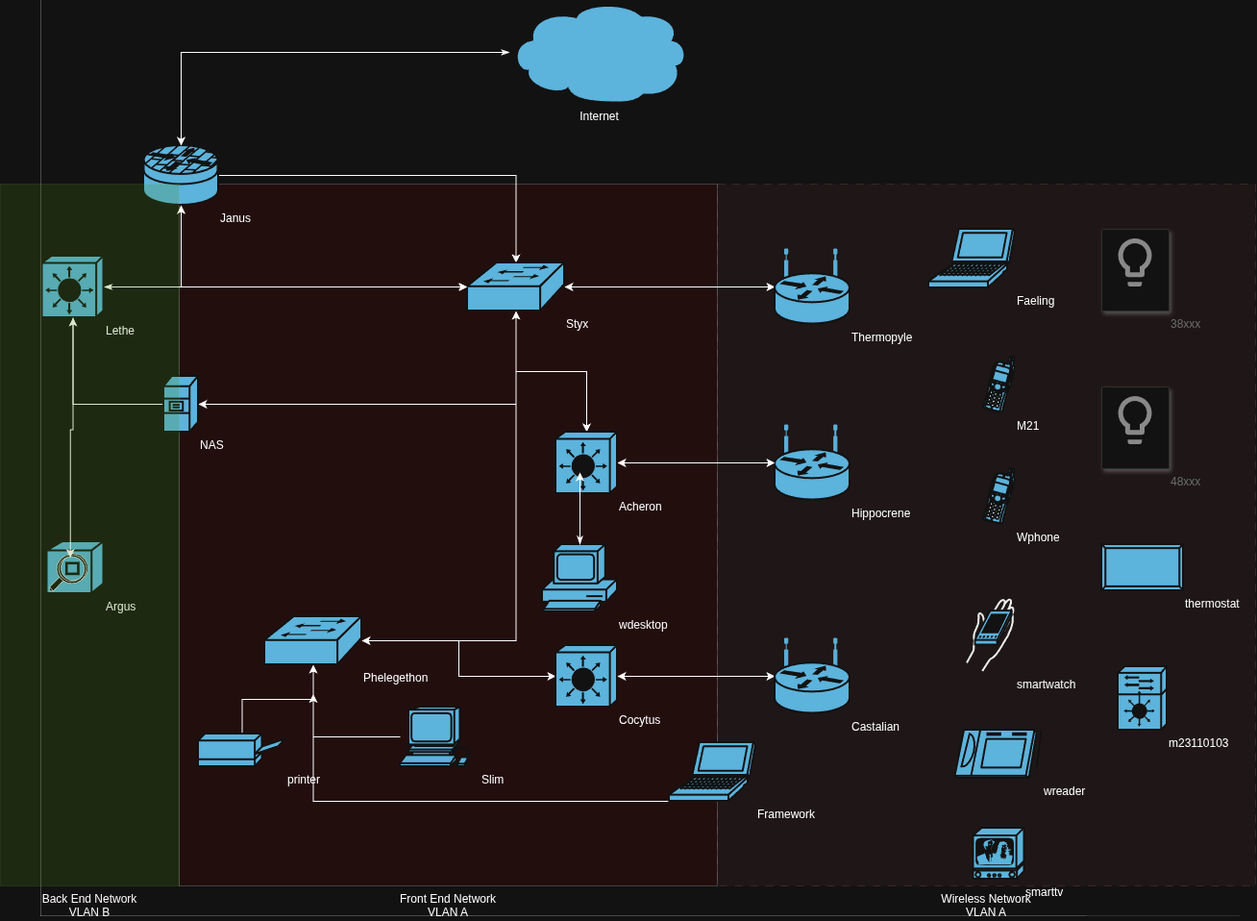
MariusMRex/home_network_assessement keeps this draw.io diagram as diagrams/initial-network-overview.png. Above is the earlier version. Source tidied: cells renumbered, new cells last; positions are measured from the earlier drawing's top-left corner, leaving out a move shared by most shapes.
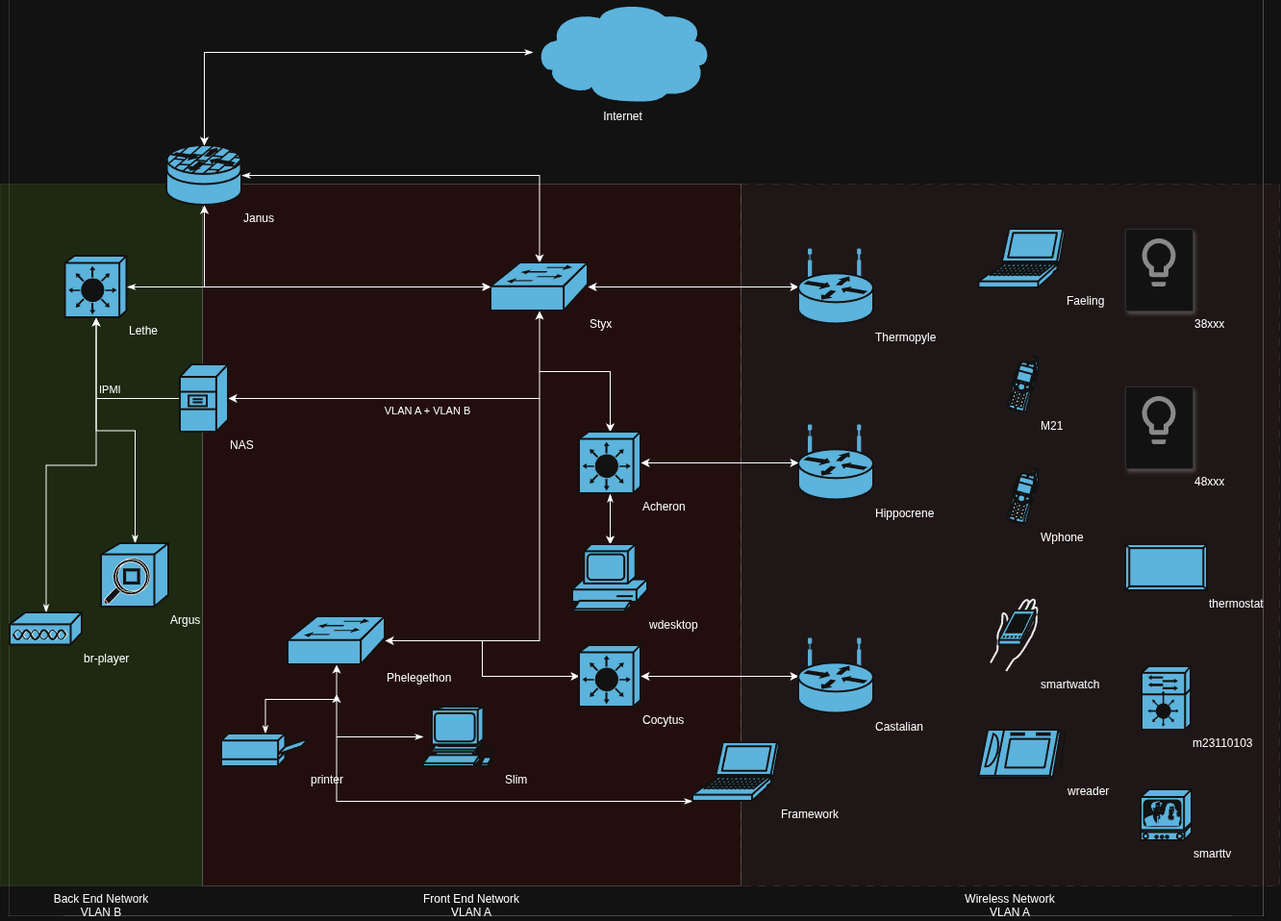
After the change.

Diff of the diagram source:
```diff
@@ -2,13 +2,16 @@
   <root>
     <mxCell id="0" />
     <mxCell id="1" parent="0" />
+    <mxCell id="50" value="Back End Network&lt;div&gt;VLAN B&lt;/div&gt;" style="whiteSpace=wrap;html=1;opacity=20;opacityGroup=1;fillColor=#60a917;strokeColor=#2D7600;fontColor=light-dark(#ffffff, #fcf8f8);labelPosition=center;verticalLabelPosition=bottom;align=center;verticalAlign=top;labelPerimeter=1;" parent="1" vertex="1">
+      <mxGeometry x="-24" y="190" width="210" height="730" as="geometry" />
+    </mxCell>
     <mxCell id="2" value="Wireless Network&lt;div&gt;VLAN A&lt;/div&gt;" style="whiteSpace=wrap;html=1;fillStyle=auto;opacity=20;opacityGroup=1;dashed=1;dashPattern=8 8;labelPosition=center;verticalLabelPosition=bottom;align=center;verticalAlign=top;labelPerimeter=1;fillColor=#f8cecc;strokeColor=#b85450;" parent="1" vertex="1">
       <mxGeometry x="746" y="190" width="560" height="730" as="geometry" />
     </mxCell>
     <mxCell id="3" value="Front End Network&lt;div&gt;VLAN A&lt;/div&gt;" style="whiteSpace=wrap;html=1;opacity=20;opacityGroup=1;fillColor=light-dark(#FFFFFF,#660000);labelPosition=center;verticalLabelPosition=bottom;align=center;verticalAlign=top;labelPerimeter=1;" parent="1" vertex="1">
       <mxGeometry x="186" y="190" width="560" height="730" as="geometry" />
     </mxCell>
-    <mxCell id="4" style="edgeStyle=orthogonalEdgeStyle;rounded=0;jettySize=auto;html=1;defaultLabelBackgroundColor=page;" parent="1" edge="1" source="5" target="12">
+    <mxCell id="4" style="edgeStyle=orthogonalEdgeStyle;rounded=0;jettySize=auto;html=1;defaultLabelBackgroundColor=page;startArrow=classicThin;startFill=1;" parent="1" edge="1" source="5" target="12">
       <mxGeometry relative="1" as="geometry" />
     </mxCell>
     <mxCell id="5" value="Janus&lt;div&gt;&lt;br&gt;&lt;/div&gt;" style="strokeColor=#ffffff;sketch=0;html=1;dashed=0;fillColor=#036897;strokeWidth=2;verticalLabelPosition=bottom;verticalAlign=top;align=left;outlineConnect=0;shape=mxgraph.cisco.security.router_firewall;labelPosition=right;" parent="1" vertex="1">
@@ -68,40 +71,49 @@
     <mxCell id="23" style="edgeStyle=orthogonalEdgeStyle;rounded=0;jettySize=auto;html=1;defaultLabelBackgroundColor=page;" parent="1" edge="1" source="24" target="12">
       <mxGeometry relative="1" as="geometry" />
     </mxCell>
+    <mxCell id="51" style="edgeStyle=orthogonalEdgeStyle;rounded=0;jettySize=auto;html=1;defaultLabelBackgroundColor=page;startArrow=classicThin;startFill=1;" parent="1" edge="1" source="24" target="33">
+      <mxGeometry relative="1" as="geometry" />
+    </mxCell>
     <mxCell id="24" value="Acheron" style="strokeColor=#ffffff;sketch=0;html=1;dashed=0;fillColor=#036897;strokeWidth=2;verticalLabelPosition=bottom;verticalAlign=top;align=left;outlineConnect=0;shape=mxgraph.cisco.switches.layer_3_switch;labelPosition=right;" parent="1" vertex="1">
       <mxGeometry x="578" y="448" width="64" height="64" as="geometry" />
     </mxCell>
-    <mxCell id="25" style="edgeStyle=orthogonalEdgeStyle;rounded=0;jettySize=auto;html=1;defaultLabelBackgroundColor=page;" parent="1" edge="1" source="27" target="9">
+    <mxCell id="25" value="IPMI" style="edgeStyle=orthogonalEdgeStyle;rounded=0;jettySize=auto;html=1;defaultLabelBackgroundColor=page;labelPosition=right;verticalLabelPosition=top;align=left;verticalAlign=bottom;" parent="1" edge="1" source="27" target="9">
       <mxGeometry relative="1" as="geometry" />
     </mxCell>
     <mxCell id="26" style="edgeStyle=orthogonalEdgeStyle;rounded=0;jettySize=auto;html=1;defaultLabelBackgroundColor=page;startArrow=classic;startFill=1;" parent="1" edge="1" source="27" target="12">
       <mxGeometry relative="1" as="geometry" />
     </mxCell>
+    <mxCell id="52" value="VLAN A + VLAN B" style="edgeStyle=orthogonalEdgeStyle;rounded=0;jettySize=auto;html=1;defaultLabelBackgroundColor=page;labelPosition=center;verticalLabelPosition=bottom;align=center;verticalAlign=top;" parent="1" edge="1" source="27" target="12">
+      <mxGeometry relative="1" as="geometry" />
+    </mxCell>
     <mxCell id="27" value="NAS" style="strokeColor=#ffffff;sketch=0;html=1;dashed=0;fillColor=#036897;strokeWidth=2;verticalLabelPosition=bottom;verticalAlign=top;align=left;outlineConnect=0;shape=mxgraph.cisco.servers.file_server;labelPosition=right;" parent="1" vertex="1">
-      <mxGeometry x="170" y="390" width="36" height="58" as="geometry" />
+      <mxGeometry x="163" y="378" width="50" height="70" as="geometry" />
     </mxCell>
+    <mxCell id="53" style="edgeStyle=orthogonalEdgeStyle;rounded=0;jettySize=auto;html=1;defaultLabelBackgroundColor=page;startArrow=classicThin;startFill=1;" parent="1" edge="1" source="28" target="9">
+      <mxGeometry relative="1" as="geometry" />
+    </mxCell>
     <mxCell id="28" value="Argus" style="sketch=0;html=1;dashed=0;fillColor=#036897;strokeColor=#ffffff;strokeWidth=2;verticalLabelPosition=bottom;verticalAlign=top;align=left;outlineConnect=0;shape=mxgraph.cisco.misc.network_management;labelPosition=right;" parent="1" vertex="1">
-      <mxGeometry x="48.5" y="562" width="59" height="54" as="geometry" />
+      <mxGeometry x="81" y="564" width="70" height="66" as="geometry" />
     </mxCell>
-    <mxCell id="29" style="edgeStyle=orthogonalEdgeStyle;rounded=0;jettySize=auto;html=1;defaultLabelBackgroundColor=page;" parent="1" edge="1" source="30" target="11">
+    <mxCell id="29" style="edgeStyle=orthogonalEdgeStyle;rounded=0;jettySize=auto;html=1;defaultLabelBackgroundColor=page;startArrow=classicThin;startFill=1;" parent="1" edge="1" source="30" target="11">
       <mxGeometry relative="1" as="geometry" />
     </mxCell>
     <mxCell id="30" value="Slim" style="sketch=0;html=1;dashed=0;fillColor=#036897;strokeColor=#ffffff;strokeWidth=2;verticalLabelPosition=bottom;verticalAlign=top;align=left;outlineConnect=0;shape=mxgraph.cisco.computers_and_peripherals.workstation;labelPosition=right;" parent="1" vertex="1">
       <mxGeometry x="416" y="734" width="83" height="62" as="geometry" />
     </mxCell>
     <mxCell id="31" value="Faeling" style="sketch=0;html=1;dashed=0;fillColor=#036897;strokeColor=#ffffff;strokeWidth=2;verticalLabelPosition=bottom;verticalAlign=top;align=left;shape=mxgraph.cisco.computers_and_peripherals.laptop;labelPosition=right;" parent="1" vertex="1">
-      <mxGeometry x="966" y="237" width="90" height="61" as="geometry" />
+      <mxGeometry x="993.5" y="237" width="90" height="61" as="geometry" />
     </mxCell>
     <mxCell id="32" value="M21" style="sketch=0;html=1;dashed=0;fillColor=#036897;strokeColor=#ffffff;strokeWidth=2;verticalLabelPosition=bottom;verticalAlign=top;align=left;shape=mxgraph.cisco.modems_and_phones.cell_phone;labelPosition=right;" parent="1" vertex="1">
       <mxGeometry x="1022" y="370" width="34" height="58" as="geometry" />
     </mxCell>
     <mxCell id="33" value="wdesktop" style="sketch=0;html=1;dashed=0;fillColor=#036897;strokeColor=#ffffff;strokeWidth=2;verticalLabelPosition=bottom;verticalAlign=top;align=left;outlineConnect=0;shape=mxgraph.cisco.computers_and_peripherals.pc;labelPosition=right;" parent="1" vertex="1">
-      <mxGeometry x="564" y="565" width="78" height="70" as="geometry" />
+      <mxGeometry x="571" y="565" width="78" height="70" as="geometry" />
     </mxCell>
     <mxCell id="34" value="Wphone" style="sketch=0;html=1;dashed=0;fillColor=#036897;strokeColor=#ffffff;strokeWidth=2;verticalLabelPosition=bottom;verticalAlign=top;align=left;shape=mxgraph.cisco.modems_and_phones.cell_phone;labelPosition=right;" parent="1" vertex="1">
       <mxGeometry x="1022" y="486" width="34" height="58" as="geometry" />
     </mxCell>
-    <mxCell id="35" style="edgeStyle=orthogonalEdgeStyle;rounded=0;orthogonalLoop=1;jettySize=auto;html=1;defaultLabelBackgroundColor=page;" parent="1" edge="1">
+    <mxCell id="35" style="edgeStyle=orthogonalEdgeStyle;rounded=0;orthogonalLoop=1;jettySize=auto;html=1;defaultLabelBackgroundColor=page;startArrow=classicThin;startFill=1;" parent="1" edge="1">
       <mxGeometry relative="1" as="geometry">
         <mxPoint x="696" y="832" as="sourcePoint" />
         <mxPoint x="325.5" y="720.5" as="targetPoint" />
@@ -117,15 +129,15 @@
       <mxGeometry x="993.5" y="758" width="91" height="50" as="geometry" />
     </mxCell>
     <mxCell id="39" value="smarttv" style="sketch=0;html=1;dashed=0;fillColor=#036897;strokeColor=#ffffff;strokeWidth=2;verticalLabelPosition=bottom;verticalAlign=top;align=left;shape=mxgraph.cisco.misc.tv;labelPosition=right;" parent="1" vertex="1">
-      <mxGeometry x="1012.5" y="860" width="53" height="53" as="geometry" />
+      <mxGeometry x="1162" y="820" width="53" height="53" as="geometry" />
     </mxCell>
-    <mxCell id="40" style="edgeStyle=orthogonalEdgeStyle;rounded=0;jettySize=auto;html=1;defaultLabelBackgroundColor=page;" parent="1" edge="1" source="41" target="11">
+    <mxCell id="40" style="edgeStyle=orthogonalEdgeStyle;rounded=0;jettySize=auto;html=1;defaultLabelBackgroundColor=page;startArrow=classicThin;startFill=1;" parent="1" edge="1" source="41" target="11">
       <mxGeometry relative="1" as="geometry" />
     </mxCell>
     <mxCell id="41" value="printer" style="sketch=0;html=1;dashed=0;fillColor=#036897;strokeColor=#ffffff;strokeWidth=2;verticalLabelPosition=bottom;verticalAlign=top;align=left;outlineConnect=0;shape=mxgraph.cisco.computers_and_peripherals.printer;labelPosition=right;" parent="1" vertex="1">
       <mxGeometry x="206" y="762" width="91" height="34" as="geometry" />
     </mxCell>
-    <mxCell id="42" value="38xxx" style="fillColor=#ffffff;strokeColor=#dddddd;shadow=1;strokeWidth=1;rounded=1;absoluteArcSize=1;arcSize=2;labelPosition=right;verticalLabelPosition=bottom;align=left;verticalAlign=top;spacingLeft=0;fontColor=#999999;fontSize=12;whiteSpace=wrap;spacingBottom=2;html=1;" parent="1" vertex="1">
+    <mxCell id="42" value="38xxx" style="fillColor=#ffffff;strokeColor=#dddddd;shadow=1;strokeWidth=1;rounded=1;absoluteArcSize=1;arcSize=2;labelPosition=right;verticalLabelPosition=bottom;align=left;verticalAlign=top;spacingLeft=0;fontColor=light-dark(#999999,#FFFFFF);fontSize=12;whiteSpace=wrap;spacingBottom=2;html=1;" parent="1" vertex="1">
       <mxGeometry x="1146" y="237" width="70" height="85" as="geometry" />
     </mxCell>
     <mxCell id="43" style="sketch=0;dashed=0;html=1;fillColor=#757575;strokeColor=none;shape=mxgraph.gcp2.lightbulb;labelPosition=right;verticalLabelPosition=bottom;align=left;verticalAlign=top;" parent="42" vertex="1">
@@ -133,7 +145,7 @@
         <mxPoint x="-17.5" y="10" as="offset" />
       </mxGeometry>
     </mxCell>
-    <mxCell id="44" value="48xxx" style="fillColor=#ffffff;strokeColor=#dddddd;shadow=1;strokeWidth=1;rounded=1;absoluteArcSize=1;arcSize=2;labelPosition=right;verticalLabelPosition=bottom;align=left;verticalAlign=top;spacingLeft=0;fontColor=#999999;fontSize=12;whiteSpace=wrap;spacingBottom=2;html=1;" parent="1" vertex="1">
+    <mxCell id="44" value="48xxx" style="fillColor=#ffffff;strokeColor=#dddddd;shadow=1;strokeWidth=1;rounded=1;absoluteArcSize=1;arcSize=2;labelPosition=right;verticalLabelPosition=bottom;align=left;verticalAlign=top;spacingLeft=0;fontColor=light-dark(#999999,#FFFFFF);fontSize=12;whiteSpace=wrap;spacingBottom=2;html=1;" parent="1" vertex="1">
       <mxGeometry x="1146" y="401" width="70" height="85" as="geometry" />
     </mxCell>
     <mxCell id="45" style="sketch=0;dashed=0;html=1;fillColor=#757575;strokeColor=none;shape=mxgraph.gcp2.lightbulb;" parent="44" vertex="1">
@@ -147,14 +159,11 @@
     <mxCell id="47" value="thermostat" style="sketch=0;html=1;dashed=0;fillColor=#036897;strokeColor=#ffffff;strokeWidth=2;verticalLabelPosition=bottom;verticalAlign=top;align=left;shape=mxgraph.cisco.misc.pad_2;labelPosition=right;" parent="1" vertex="1">
       <mxGeometry x="1146" y="565" width="85" height="48" as="geometry" />
     </mxCell>
-    <mxCell id="48" style="edgeStyle=orthogonalEdgeStyle;rounded=0;jettySize=auto;html=1;entryX=0.41;entryY=0.307;entryDx=0;entryDy=0;entryPerimeter=0;defaultLabelBackgroundColor=page;" parent="1" edge="1" source="9" target="28">
-      <mxGeometry relative="1" as="geometry" />
-    </mxCell>
-    <mxCell id="49" style="edgeStyle=orthogonalEdgeStyle;rounded=0;jettySize=auto;html=1;entryX=0.391;entryY=0.656;entryDx=0;entryDy=0;entryPerimeter=0;defaultLabelBackgroundColor=page;startArrow=classicThin;startFill=1;" parent="1" edge="1" source="33" target="24">
-      <mxGeometry relative="1" as="geometry" />
-    </mxCell>
-    <mxCell id="50" value="Back End Network&lt;div&gt;VLAN B&lt;/div&gt;" style="whiteSpace=wrap;html=1;opacity=20;opacityGroup=1;fillColor=#60a917;strokeColor=#2D7600;fontColor=light-dark(#ffffff, #fcf8f8);labelPosition=center;verticalLabelPosition=bottom;align=center;verticalAlign=top;labelPerimeter=1;" parent="1" vertex="1">
-      <mxGeometry y="190" width="186" height="730" as="geometry" />
-    </mxCell>
+    <mxCell id="54" style="edgeStyle=orthogonalEdgeStyle;rounded=0;jettySize=auto;html=1;defaultLabelBackgroundColor=page;startArrow=classicThin;startFill=1;" parent="1" edge="1" source="55" target="9">
+      <mxGeometry relative="1" as="geometry" />
+    </mxCell>
+    <mxCell id="55" value="br-player" style="sketch=0;html=1;dashed=0;fillColor=#036897;strokeColor=#ffffff;strokeWidth=2;verticalLabelPosition=bottom;verticalAlign=top;align=left;outlineConnect=0;shape=mxgraph.cisco.misc.access_point;labelPosition=right;" parent="1" vertex="1">
+      <mxGeometry x="-14" y="636" width="75" height="34" as="geometry" />
+    </mxCell>
   </root>
 </mxGraphModel>
```
